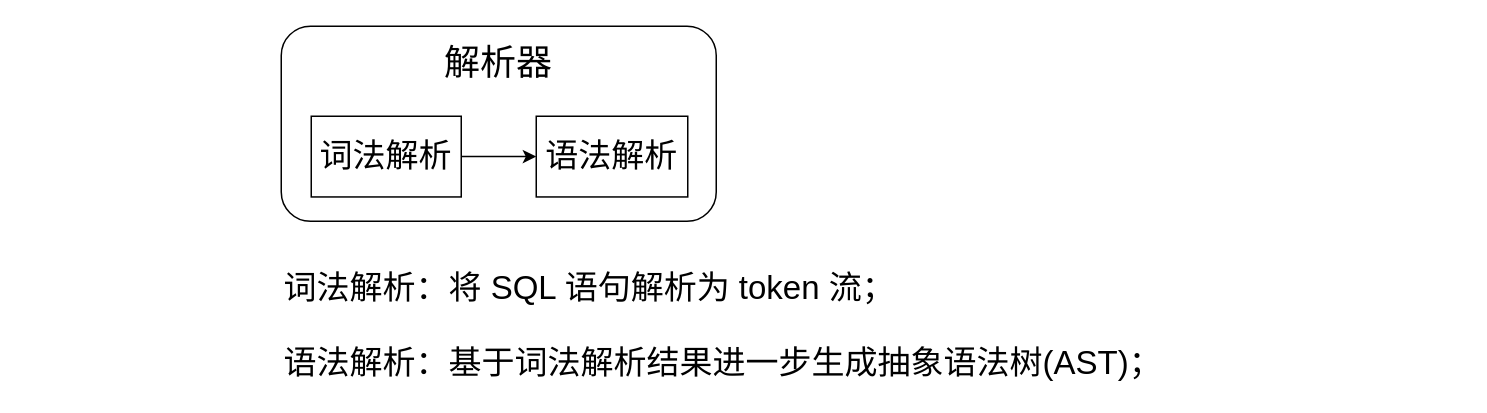
zhangm365/draw_pics keeps this draw.io diagram as page "parser" (5 of 7) of db/doris/sql-process.drawio. Above is the earlier version. Source tidied: cells renumbered, new cells numbered last; positions are measured from the earlier drawing's top-left corner, leaving out a move shared by most shapes. Both pictures are drawn from the tidied source at 150%, with x=0, y=0 at pixel (280, 26).
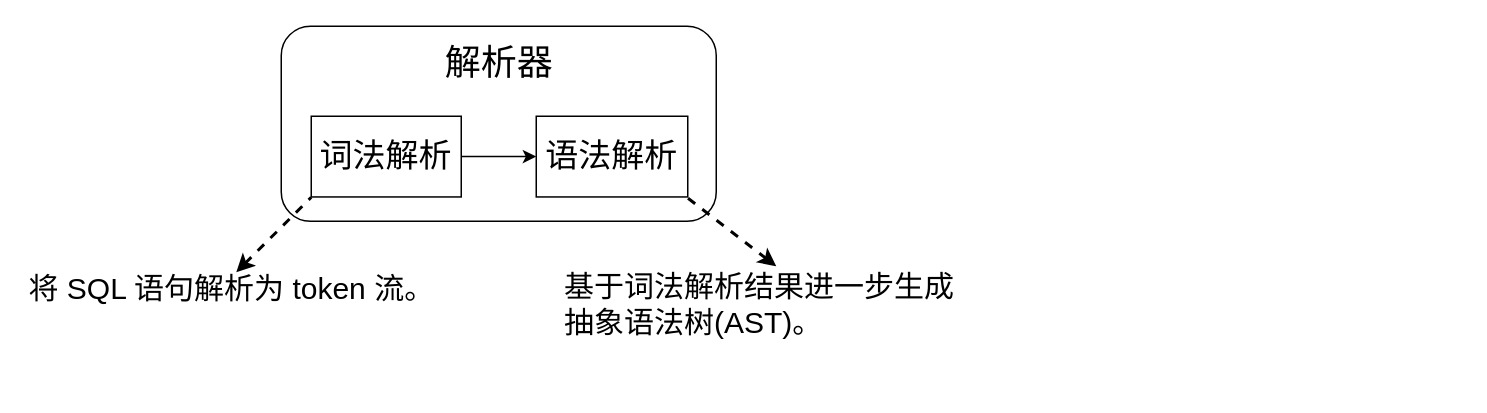
The same diagram, later.

What changed in the source:
```diff
@@
 <mxGraphModel>
   <root>
     <mxCell id="0" />
     <mxCell id="1" parent="0" />
-    <mxCell id="2" style="rounded=1;whiteSpace=wrap;html=1;fillColor=none;" parent="1" vertex="1">
+    <mxCell id="2" style="rounded=1;whiteSpace=wrap;html=1;fillColor=none;strokeWidth=1;" parent="1" vertex="1">
       <mxGeometry width="290" height="130" as="geometry" />
     </mxCell>
     <mxCell id="3" style="edgeStyle=orthogonalEdgeStyle;rounded=0;jettySize=auto;html=1;entryX=0;entryY=0.5;entryDx=0;entryDy=0;" parent="1" edge="1" source="4" target="5">
       <mxGeometry relative="1" as="geometry" />
     </mxCell>
     <mxCell id="4" value="&lt;font style=&quot;font-size: 22px;&quot; face=&quot;阿里巴巴普惠体&quot;&gt;词法解析&lt;/font&gt;" style="rounded=0;whiteSpace=wrap;html=1;fontColor=default;fillColor=none;direction=west;" parent="1" vertex="1">
       <mxGeometry x="20" y="60" width="100" height="53.8" as="geometry" />
     </mxCell>
     <mxCell id="5" value="&lt;font style=&quot;font-size: 22px;&quot; face=&quot;阿里巴巴普惠体&quot;&gt;语法解析&lt;/font&gt;" style="rounded=0;whiteSpace=wrap;html=1;fontColor=default;fillColor=none;" parent="1" vertex="1">
       <mxGeometry x="170" y="60" width="101" height="53.8" as="geometry" />
     </mxCell>
     <mxCell id="6" value="&lt;span style=&quot;font-family: 阿里巴巴普惠体; font-size: 24px;&quot;&gt;解析器&lt;/span&gt;" style="text;html=1;align=center;verticalAlign=middle;whiteSpace=wrap;rounded=0;" parent="1" vertex="1">
-      <mxGeometry x="95" y="10" width="100" height="30" as="geometry" />
+      <mxGeometry x="52.5" y="10" width="185" height="30" as="geometry" />
     </mxCell>
-    <mxCell id="7" value="词法解析：将 SQL 语句解析为 token 流；" style="text;html=1;align=left;verticalAlign=middle;whiteSpace=wrap;rounded=0;fontSize=22;" parent="1" vertex="1">
-      <mxGeometry y="160" width="600" height="30" as="geometry" />
+    <mxCell id="7" value="&lt;font style=&quot;font-size: 20px;&quot;&gt;将 SQL 语句解析为 token 流。&lt;/font&gt;" style="text;html=1;align=left;verticalAlign=middle;whiteSpace=wrap;rounded=0;fontSize=22;" parent="1" vertex="1">
+      <mxGeometry x="-170" y="160" width="600" height="30" as="geometry" />
     </mxCell>
-    <mxCell id="8" value="&lt;font style=&quot;font-size: 22px;&quot;&gt;语法解析：基于词法解析结果进一步生成抽象语法树(AST)；&lt;/font&gt;" style="text;html=1;align=left;verticalAlign=middle;whiteSpace=wrap;rounded=0;fontSize=20;" parent="1" vertex="1">
-      <mxGeometry y="210" width="600" height="30" as="geometry" />
+    <mxCell id="8" value="&lt;font&gt;基于词法解析结果进一步生成&lt;/font&gt;&lt;div&gt;&lt;font&gt;抽象语法树(AST)。&lt;/font&gt;&lt;/div&gt;" style="text;html=1;align=left;verticalAlign=middle;whiteSpace=wrap;rounded=0;fontSize=20;" parent="1" vertex="1">
+      <mxGeometry x="187" y="170" width="600" height="30" as="geometry" />
     </mxCell>
+    <mxCell id="9" style="endArrow=none;html=1;rounded=0;startArrow=classic;startFill=1;dashed=1;strokeWidth=2;" parent="1" edge="1">
+      <mxGeometry relative="1" as="geometry">
+        <mxPoint x="-30" y="164" as="sourcePoint" />
+        <mxPoint x="20" y="114" as="targetPoint" />
+      </mxGeometry>
+    </mxCell>
+    <mxCell id="10" style="endArrow=none;html=1;rounded=0;startArrow=classic;startFill=1;dashed=1;strokeWidth=2;" parent="1" edge="1">
+      <mxGeometry relative="1" as="geometry">
+        <mxPoint x="330" y="160" as="sourcePoint" />
+        <mxPoint x="270" y="113.8" as="targetPoint" />
+      </mxGeometry>
+    </mxCell>
   </root>
 </mxGraphModel>
```
